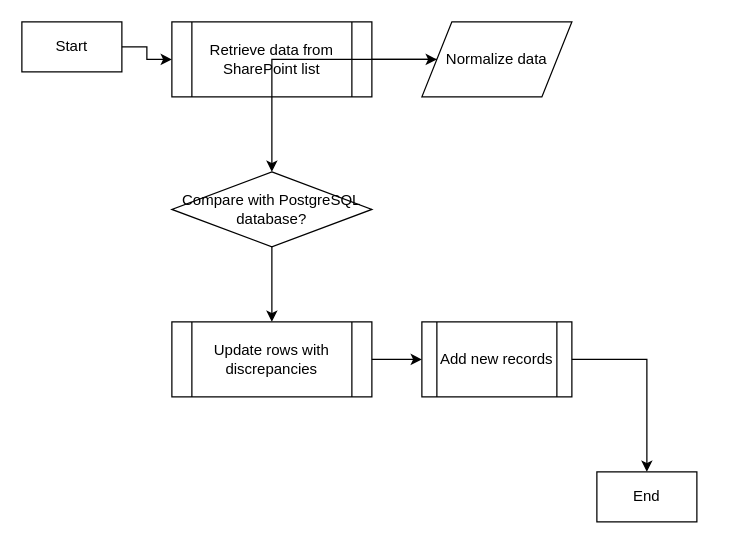
AlexSelmesMq/DecomssionRegister keeps this draw.io diagram as Sharepoint to Database flow.drawio. Above is the earlier version. Source tidied: cells renumbered, new cells numbered last; positions are measured from the earlier drawing's top-left corner, leaving out a move shared by most shapes. Both pictures are drawn from the tidied source at 125%, with x=0, y=0 at pixel (21, 21).
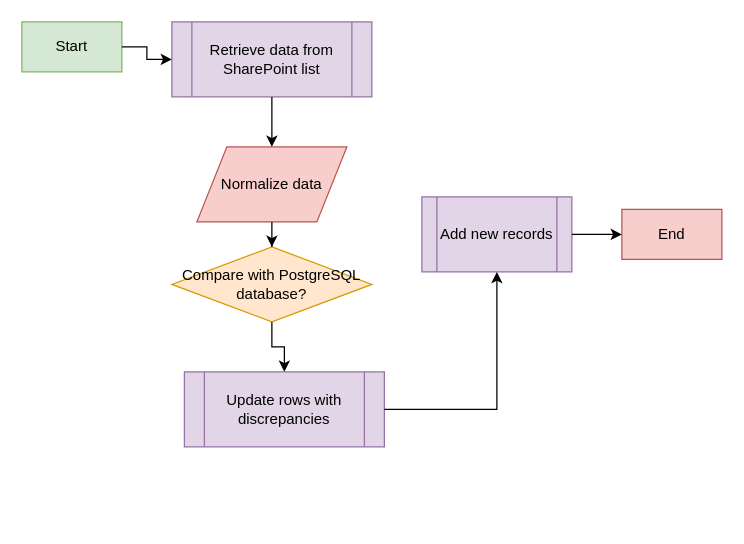
Above is the later version.

Change to the diagram source:
```diff
@@
 <mxGraphModel>
   <root>
     <mxCell id="0" />
     <mxCell id="1" parent="0" />
-    <mxCell id="2" value="Start" style="rounded=0;whiteSpace=wrap;html=1;" parent="1" vertex="1">
+    <mxCell id="2" value="Start" style="rounded=0;whiteSpace=wrap;html=1;fillColor=#d5e8d4;strokeColor=#82b366;" parent="1" vertex="1">
       <mxGeometry width="80" height="40" as="geometry" />
     </mxCell>
-    <mxCell id="3" value="Retrieve data from SharePoint list" style="shape=process;whiteSpace=wrap;html=1;" parent="1" vertex="1">
+    <mxCell id="3" value="Retrieve data from SharePoint list" style="shape=process;whiteSpace=wrap;html=1;fillColor=#e1d5e7;strokeColor=#9673a6;" parent="1" vertex="1">
       <mxGeometry x="120" width="160" height="60" as="geometry" />
     </mxCell>
-    <mxCell id="4" value="Normalize data" style="shape=parallelogram;perimeter=parallelogramPerimeter;whiteSpace=wrap;html=1;" parent="1" vertex="1">
-      <mxGeometry x="320" width="120" height="60" as="geometry" />
+    <mxCell id="4" value="Normalize data" style="shape=parallelogram;perimeter=parallelogramPerimeter;whiteSpace=wrap;html=1;fillColor=#f8cecc;strokeColor=#b85450;" parent="1" vertex="1">
+      <mxGeometry x="140" y="100" width="120" height="60" as="geometry" />
     </mxCell>
-    <mxCell id="5" value="Compare with PostgreSQL database?" style="shape=rhombus;perimeter=rhombusPerimeter;whiteSpace=wrap;html=1;" parent="1" vertex="1">
-      <mxGeometry x="120" y="120" width="160" height="60" as="geometry" />
+    <mxCell id="5" value="Compare with PostgreSQL database?" style="shape=rhombus;perimeter=rhombusPerimeter;whiteSpace=wrap;html=1;fillColor=#ffe6cc;strokeColor=#d79b00;" parent="1" vertex="1">
+      <mxGeometry x="120" y="180" width="160" height="60" as="geometry" />
     </mxCell>
-    <mxCell id="6" value="Update rows with discrepancies" style="shape=process;whiteSpace=wrap;html=1;" parent="1" vertex="1">
-      <mxGeometry x="120" y="240" width="160" height="60" as="geometry" />
+    <mxCell id="6" value="Update rows with discrepancies" style="shape=process;whiteSpace=wrap;html=1;fillColor=#e1d5e7;strokeColor=#9673a6;" parent="1" vertex="1">
+      <mxGeometry x="130" y="280" width="160" height="60" as="geometry" />
     </mxCell>
-    <mxCell id="7" value="Add new records" style="shape=process;whiteSpace=wrap;html=1;" parent="1" vertex="1">
-      <mxGeometry x="320" y="240" width="120" height="60" as="geometry" />
+    <mxCell id="7" value="Add new records" style="shape=process;whiteSpace=wrap;html=1;fillColor=#e1d5e7;strokeColor=#9673a6;" parent="1" vertex="1">
+      <mxGeometry x="320" y="140" width="120" height="60" as="geometry" />
     </mxCell>
-    <mxCell id="8" value="End" style="rounded=0;whiteSpace=wrap;html=1;" parent="1" vertex="1">
-      <mxGeometry x="460" y="360" width="80" height="40" as="geometry" />
+    <mxCell id="8" value="End" style="rounded=0;whiteSpace=wrap;html=1;fillColor=#f8cecc;strokeColor=#b85450;" parent="1" vertex="1">
+      <mxGeometry x="480" y="150" width="80" height="40" as="geometry" />
     </mxCell>
     <mxCell id="9" style="edgeStyle=orthogonalEdgeStyle;rounded=0;jettySize=auto;html=1;" parent="1" edge="1" source="2" target="3">
       <mxGeometry relative="1" as="geometry" />
     </mxCell>
     <mxCell id="10" style="edgeStyle=orthogonalEdgeStyle;rounded=0;jettySize=auto;html=1;" parent="1" edge="1" source="3" target="4">
       <mxGeometry relative="1" as="geometry" />
     </mxCell>
     <mxCell id="11" style="edgeStyle=orthogonalEdgeStyle;rounded=0;jettySize=auto;html=1;" parent="1" edge="1" source="4" target="5">
       <mxGeometry relative="1" as="geometry" />
     </mxCell>
     <mxCell id="12" style="edgeStyle=orthogonalEdgeStyle;rounded=0;jettySize=auto;html=1;" parent="1" edge="1" source="5" target="6">
       <mxGeometry relative="1" as="geometry" />
     </mxCell>
     <mxCell id="13" style="edgeStyle=orthogonalEdgeStyle;rounded=0;jettySize=auto;html=1;" parent="1" edge="1" source="6" target="7">
       <mxGeometry relative="1" as="geometry" />
     </mxCell>
     <mxCell id="14" style="edgeStyle=orthogonalEdgeStyle;rounded=0;jettySize=auto;html=1;" parent="1" edge="1" source="7" target="8">
       <mxGeometry relative="1" as="geometry" />
     </mxCell>
   </root>
 </mxGraphModel>
```
